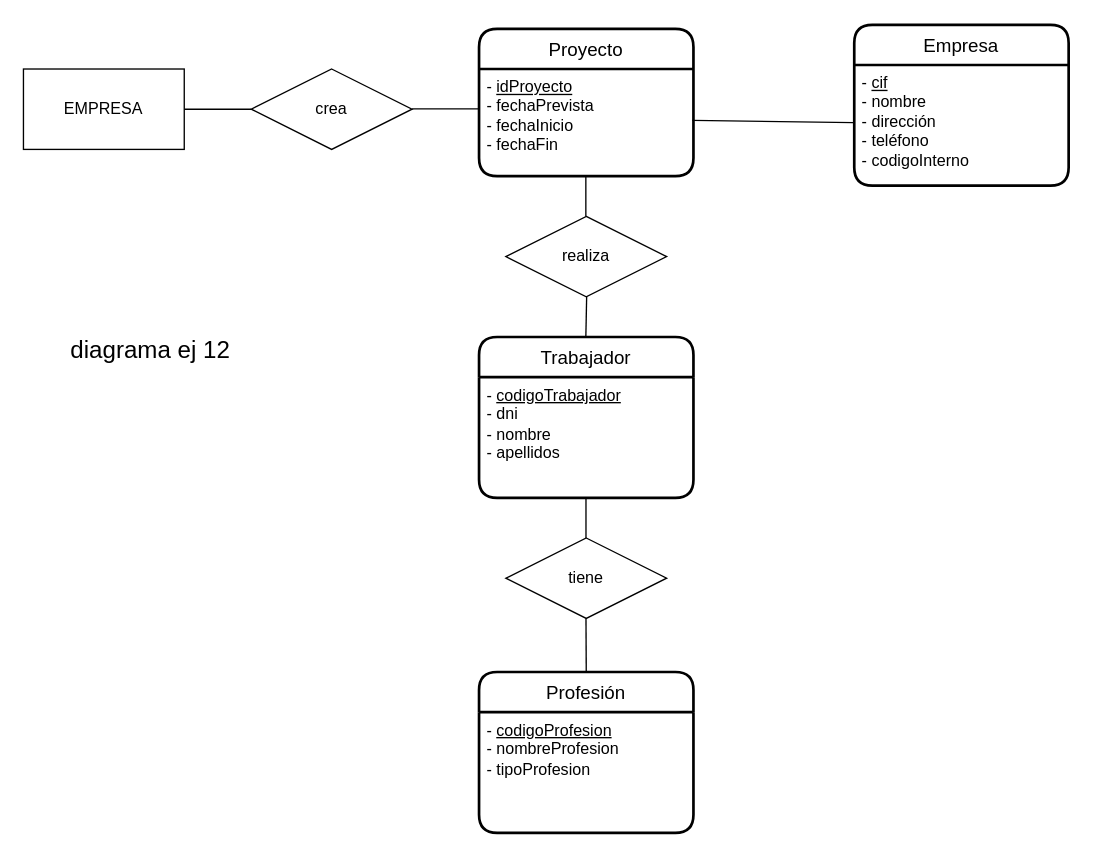
The draw.io diagram ex12.drawio in JuanMarinG/TA12_MYSQL, before the edit. Source tidied: cells renumbered, new cells numbered last; positions are measured from the earlier drawing's top-left corner, leaving out a move shared by most shapes. Both pictures are drawn from the tidied source at 134%, with x=0, y=0 at pixel (23, 24).
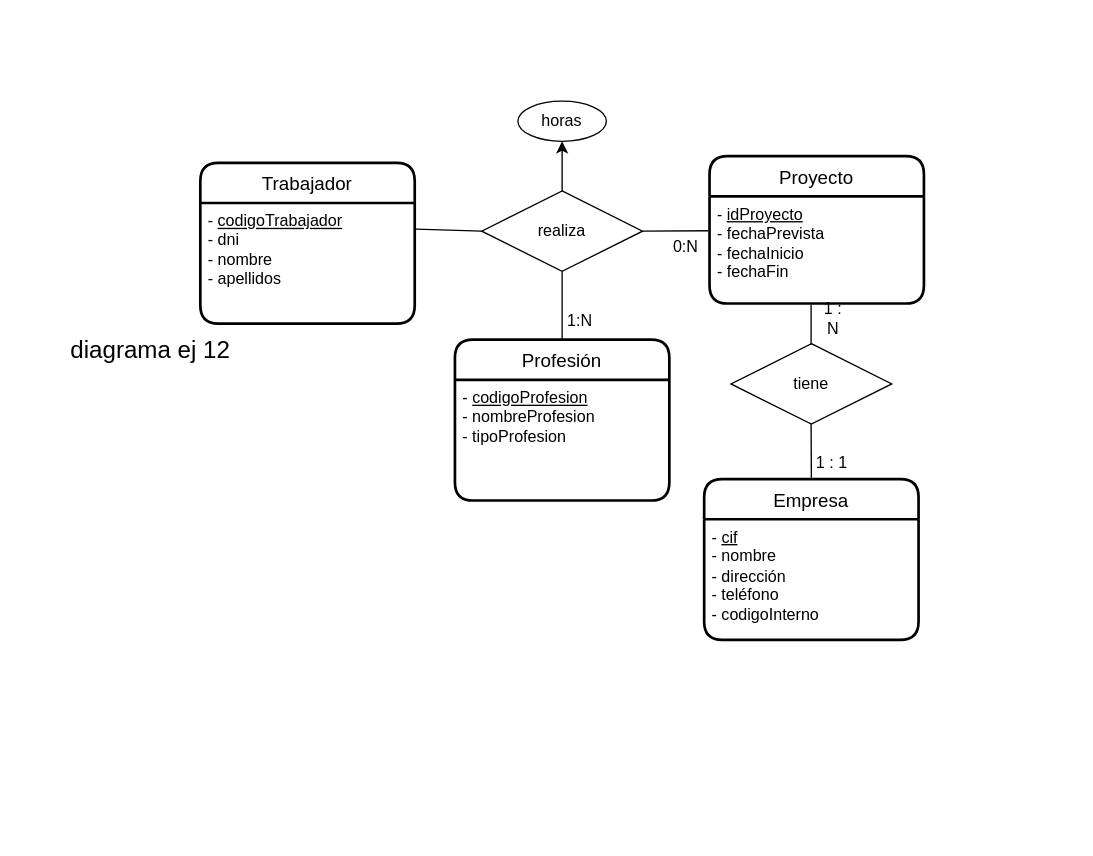
After the change.

Commit message:
realizamos cardinalidades

Unchanged cells that the change refers to:
```xml
<mxCell id="3" value="- &lt;u&gt;cif&lt;/u&gt;&lt;br&gt;- nombre&lt;br&gt;- dirección&lt;br&gt;- teléfono&lt;br&gt;- codigoInterno" style="text;html=1;align=left;verticalAlign=top;points=[];strokeColor=none;fillColor=none;spacingLeft=4;" parent="2" vertex="1">
  <mxGeometry y="30" width="160" height="90" as="geometry" />
</mxCell>
<mxCell id="5" value="- &lt;u&gt;idProyecto&lt;/u&gt;&lt;br&gt;- fechaPrevista&lt;br&gt;- fechaInicio&lt;br&gt;- fechaFin" style="text;html=1;align=left;verticalAlign=top;points=[];strokeColor=none;fillColor=none;spacingLeft=4;" parent="4" vertex="1">
  <mxGeometry y="30" width="160" height="130" as="geometry" />
</mxCell>
<mxCell id="9" value="- &lt;u&gt;codigoTrabajador&lt;/u&gt;&lt;br&gt;- dni&lt;br&gt;- nombre&lt;br&gt;- apellidos" style="text;html=1;align=left;verticalAlign=top;points=[];strokeColor=none;fillColor=none;spacingLeft=4;" parent="8" vertex="1">
  <mxGeometry y="30" width="160" height="90" as="geometry" />
</mxCell>
```

Diff of the diagram source:
```diff
@@
     <mxCell id="2" value="Empresa" style="swimlane;horizontal=1;startSize=30;rounded=1;fontSize=14;fontStyle=0;strokeWidth=2;shadow=0;dashed=0;align=center;" parent="1" vertex="1">
-      <mxGeometry x="620" width="160" height="120" as="geometry" />
+      <mxGeometry x="508" y="339" width="160" height="120" as="geometry" />
     </mxCell>
@@
     <mxCell id="4" value="Proyecto" style="swimlane;horizontal=1;startSize=30;rounded=1;fontSize=14;fontStyle=0;strokeWidth=2;shadow=0;align=center;fillStyle=auto;gradientColor=none;swimlaneFillColor=none;fillColor=default;sketch=0;glass=0;swimlaneLine=1;perimeterSpacing=0;" parent="1" vertex="1">
-      <mxGeometry x="340" y="3" width="160" height="110" as="geometry" />
+      <mxGeometry x="512" y="98" width="160" height="110" as="geometry" />
     </mxCell>
@@
-    <mxCell id="6" style="endArrow=none;html=1;rounded=0;" parent="4" edge="1">
-      <mxGeometry relative="1" as="geometry">
-        <mxPoint x="79.7" y="140" as="sourcePoint" />
-        <mxPoint x="79.7" y="110" as="targetPoint" />
-      </mxGeometry>
-    </mxCell>
@@
     <mxCell id="8" value="Trabajador" style="swimlane;horizontal=1;startSize=30;rounded=1;fontSize=14;fontStyle=0;strokeWidth=2;shadow=0;dashed=0;align=center;" parent="1" vertex="1">
-      <mxGeometry x="340" y="233" width="160" height="120" as="geometry" />
+      <mxGeometry x="132" y="103" width="160" height="120" as="geometry" />
     </mxCell>
@@
     <mxCell id="10" value="Profesión" style="swimlane;horizontal=1;startSize=30;rounded=1;fontSize=14;fontStyle=0;strokeWidth=2;shadow=0;dashed=0;align=center;" parent="1" vertex="1">
-      <mxGeometry x="340" y="483" width="160" height="120" as="geometry" />
+      <mxGeometry x="322" y="235" width="160" height="120" as="geometry" />
     </mxCell>
@@
-    <mxCell id="12" value="crea" style="shape=rhombus;perimeter=rhombusPerimeter;whiteSpace=wrap;html=1;align=center;" parent="1" vertex="1">
-      <mxGeometry x="170" y="33" width="120" height="60" as="geometry" />
-    </mxCell>
+    <mxCell id="23" style="edgeStyle=orthogonalEdgeStyle;rounded=0;jettySize=auto;html=1;strokeColor=default;" parent="1" edge="1" source="13" target="28">
+      <mxGeometry relative="1" as="geometry" />
+    </mxCell>
     <mxCell id="13" value="realiza" style="shape=rhombus;perimeter=rhombusPerimeter;whiteSpace=wrap;html=1;align=center;" parent="1" vertex="1">
-      <mxGeometry x="360" y="143" width="120" height="60" as="geometry" />
+      <mxGeometry x="342" y="124" width="120" height="60" as="geometry" />
     </mxCell>
+    <mxCell id="6" style="endArrow=none;html=1;rounded=0;exitX=0;exitY=0.5;exitDx=0;exitDy=0;entryX=1.006;entryY=0.217;entryDx=0;entryDy=0;entryPerimeter=0;" parent="1" edge="1" source="13" target="9">
+      <mxGeometry relative="1" as="geometry" />
+    </mxCell>
+    <mxCell id="24" style="endArrow=none;html=1;rounded=0;exitX=0;exitY=0.5;exitDx=0;exitDy=0;" parent="1" edge="1">
+      <mxGeometry relative="1" as="geometry">
+        <mxPoint x="511" y="153.7" as="sourcePoint" />
+        <mxPoint x="462" y="154" as="targetPoint" />
+      </mxGeometry>
+    </mxCell>
     <mxCell id="14" value="tiene" style="shape=rhombus;perimeter=rhombusPerimeter;whiteSpace=wrap;html=1;align=center;" parent="1" vertex="1">
-      <mxGeometry x="360" y="383" width="120" height="60" as="geometry" />
+      <mxGeometry x="528" y="238" width="120" height="60" as="geometry" />
     </mxCell>
-    <mxCell id="15" style="endArrow=none;html=1;rounded=0;entryX=-0.004;entryY=0.478;entryDx=0;entryDy=0;entryPerimeter=0;exitX=0.995;exitY=0.295;exitDx=0;exitDy=0;exitPerimeter=0;" parent="1" edge="1" source="5" target="3">
-      <mxGeometry relative="1" as="geometry" />
-    </mxCell>
-    <mxCell id="16" value="EMPRESA" style="rounded=0;whiteSpace=wrap;html=1;" parent="1" vertex="1">
-      <mxGeometry y="33" width="120" height="60" as="geometry" />
-    </mxCell>
-    <mxCell id="17" style="endArrow=none;html=1;rounded=0;exitX=1;exitY=0.5;exitDx=0;exitDy=0;entryX=0;entryY=0.5;entryDx=0;entryDy=0;" parent="1" edge="1" source="16" target="12">
-      <mxGeometry relative="1" as="geometry" />
-    </mxCell>
-    <mxCell id="18" style="endArrow=none;html=1;rounded=0;exitX=1;exitY=0.5;exitDx=0;exitDy=0;entryX=0;entryY=0.5;entryDx=0;entryDy=0;" parent="1" edge="1">
-      <mxGeometry relative="1" as="geometry">
-        <mxPoint x="290" y="62.7" as="sourcePoint" />
-        <mxPoint x="340" y="62.7" as="targetPoint" />
-      </mxGeometry>
-    </mxCell>
-    <mxCell id="19" style="endArrow=none;html=1;rounded=0;exitX=1;exitY=0.5;exitDx=0;exitDy=0;" parent="1" edge="1">
-      <mxGeometry relative="1" as="geometry">
-        <mxPoint x="420.3" y="203" as="sourcePoint" />
-        <mxPoint x="419.7" y="233" as="targetPoint" />
-      </mxGeometry>
-    </mxCell>
-    <mxCell id="20" style="endArrow=none;html=1;rounded=0;exitX=1;exitY=0.5;exitDx=0;exitDy=0;" parent="1" edge="1">
-      <mxGeometry relative="1" as="geometry">
-        <mxPoint x="419.8" y="353" as="sourcePoint" />
-        <mxPoint x="419.8" y="383" as="targetPoint" />
-      </mxGeometry>
-    </mxCell>
-    <mxCell id="21" style="endArrow=none;html=1;rounded=0;exitX=1;exitY=0.5;exitDx=0;exitDy=0;entryX=0.5;entryY=0;entryDx=0;entryDy=0;" parent="1" edge="1" target="10">
-      <mxGeometry relative="1" as="geometry">
-        <mxPoint x="419.8" y="443" as="sourcePoint" />
-      </mxGeometry>
-    </mxCell>
+    <mxCell id="25" style="endArrow=none;html=1;rounded=0;exitX=1;exitY=0.5;exitDx=0;exitDy=0;" parent="1" edge="1">
+      <mxGeometry relative="1" as="geometry">
+        <mxPoint x="587.8" y="209" as="sourcePoint" />
+        <mxPoint x="587.8" y="239" as="targetPoint" />
+      </mxGeometry>
+    </mxCell>
+    <mxCell id="26" style="endArrow=none;html=1;rounded=0;exitX=1;exitY=0.5;exitDx=0;exitDy=0;entryX=0.5;entryY=0;entryDx=0;entryDy=0;" parent="1" edge="1">
+      <mxGeometry relative="1" as="geometry">
+        <mxPoint x="587.8" y="298" as="sourcePoint" />
+        <mxPoint x="588" y="338" as="targetPoint" />
+      </mxGeometry>
+    </mxCell>
+    <mxCell id="27" style="endArrow=none;html=1;rounded=0;entryX=0.5;entryY=1;entryDx=0;entryDy=0;exitX=0.5;exitY=0;exitDx=0;exitDy=0;" parent="1" edge="1" source="10" target="13">
+      <mxGeometry relative="1" as="geometry" />
+    </mxCell>
+    <mxCell id="28" value="horas" style="ellipse;whiteSpace=wrap;html=1;" parent="1" vertex="1">
+      <mxGeometry x="369" y="57" width="66" height="30" as="geometry" />
+    </mxCell>
+    <mxCell id="29" value="1 : N" style="text;html=1;strokeColor=none;fillColor=none;align=center;verticalAlign=middle;whiteSpace=wrap;rounded=0;" parent="1" vertex="1">
+      <mxGeometry x="591" y="211" width="27" height="16" as="geometry" />
+    </mxCell>
+    <mxCell id="30" value="1 : 1" style="text;html=1;strokeColor=none;fillColor=none;align=center;verticalAlign=middle;whiteSpace=wrap;rounded=0;" parent="1" vertex="1">
+      <mxGeometry x="590" y="319" width="27" height="16" as="geometry" />
+    </mxCell>
+    <mxCell id="31" value="1:N" style="text;html=1;strokeColor=none;fillColor=none;align=center;verticalAlign=middle;whiteSpace=wrap;rounded=0;" parent="1" vertex="1">
+      <mxGeometry x="402" y="213" width="27" height="16" as="geometry" />
+    </mxCell>
+    <mxCell id="32" value="0:N" style="text;html=1;strokeColor=none;fillColor=none;align=center;verticalAlign=middle;whiteSpace=wrap;rounded=0;" parent="1" vertex="1">
+      <mxGeometry x="481" y="158" width="27" height="16" as="geometry" />
+    </mxCell>
```
